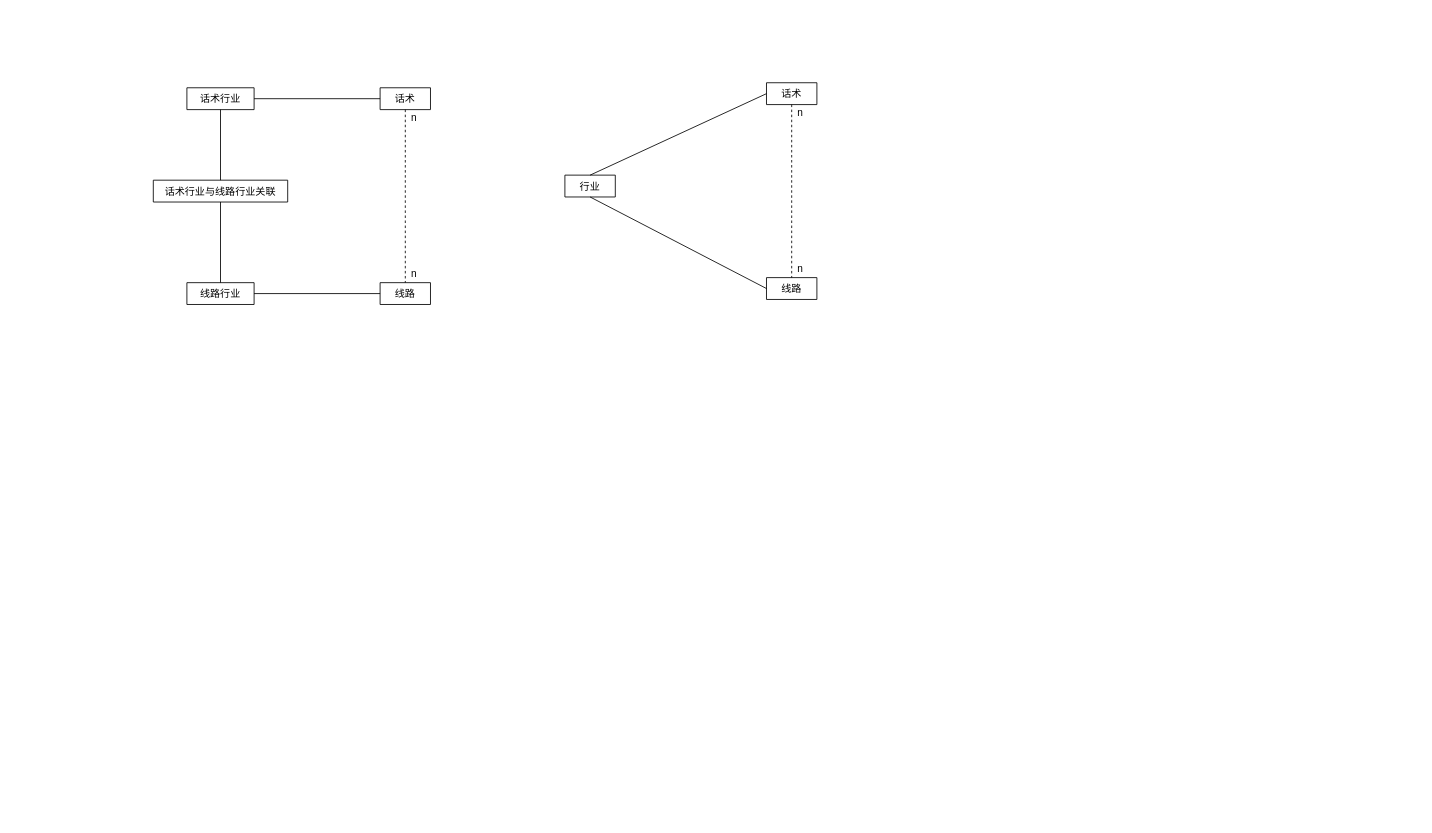
Above: 行业关系.drawio in aicaigroup/- (draw.io), before the change. Source tidied: cells renumbered, new cells numbered last; positions are measured from the earlier drawing's top-left corner, leaving out a move shared by most shapes. Both pictures are drawn from the tidied source at 84%, with x=0, y=0 at pixel (153, 82).
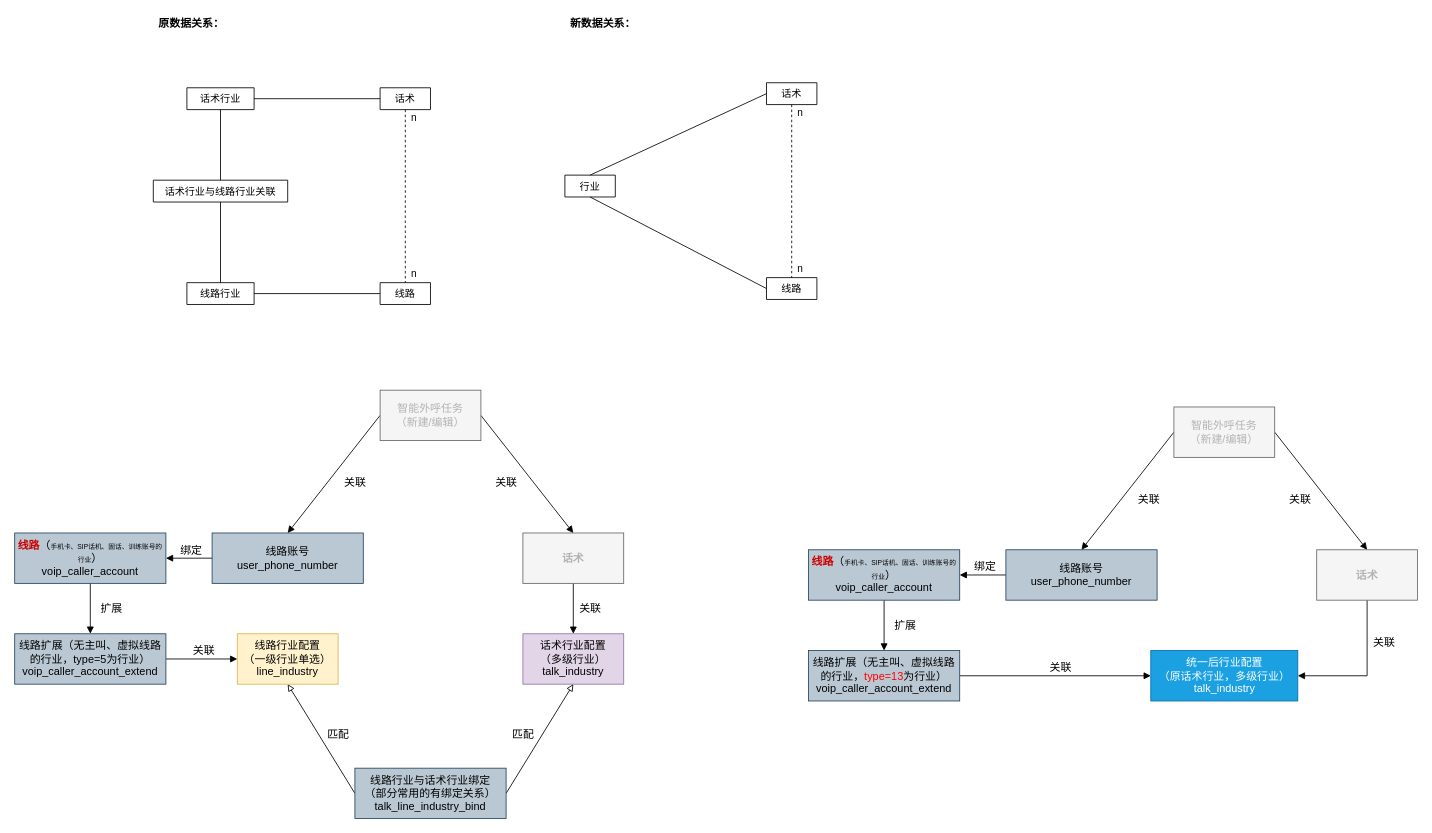
The same page after the edit.

Commit message:
更新行业关系.drawio

Diff of the diagram source:
```diff
@@
+    <mxCell id="22" value="原数据关系：" style="text;html=1;align=center;verticalAlign=middle;fontStyle=1;fontSize=13;" parent="1" vertex="1">
+      <mxGeometry y="-81" width="90" height="20" as="geometry" />
+    </mxCell>
+    <mxCell id="23" value="新数据关系：" style="text;html=1;align=center;verticalAlign=middle;fontStyle=1;fontSize=13;" parent="1" vertex="1">
+      <mxGeometry x="490" y="-81" width="90" height="20" as="geometry" />
+    </mxCell>
+    <mxCell id="24" value="话术行业配置&lt;br&gt;（多级行业）&lt;br&gt;talk_industry" style="rounded=0;whiteSpace=wrap;html=1;fontSize=13;fillColor=#e1d5e7;strokeColor=#9673a6;" parent="1" vertex="1">
+      <mxGeometry x="440" y="656" width="120" height="60" as="geometry" />
+    </mxCell>
+    <mxCell id="25" style="rounded=0;jettySize=auto;html=1;exitX=0.5;exitY=1;exitDx=0;exitDy=0;entryX=0;entryY=0.5;entryDx=0;entryDy=0;endArrow=none;endFill=0;fontSize=13;startArrow=block;startFill=0;" parent="1" edge="1" source="26" target="39">
+      <mxGeometry relative="1" as="geometry" />
+    </mxCell>
+    <mxCell id="26" value="线路行业配置&lt;br&gt;（一级行业单选）&lt;br&gt;line_industry" style="rounded=0;whiteSpace=wrap;html=1;fontSize=13;fillColor=#fff2cc;strokeColor=#d6b656;" parent="1" vertex="1">
+      <mxGeometry x="100" y="656" width="120" height="60" as="geometry" />
+    </mxCell>
+    <mxCell id="27" style="edgeStyle=orthogonalEdgeStyle;rounded=0;jettySize=auto;html=1;exitX=1;exitY=0.5;exitDx=0;exitDy=0;entryX=0;entryY=0.5;entryDx=0;entryDy=0;fontSize=13;endArrow=none;endFill=0;startArrow=block;startFill=1;" parent="1" edge="1" source="29" target="34">
+      <mxGeometry relative="1" as="geometry" />
+    </mxCell>
+    <mxCell id="28" style="edgeStyle=orthogonalEdgeStyle;rounded=0;jettySize=auto;html=1;exitX=0.5;exitY=1;exitDx=0;exitDy=0;entryX=0.5;entryY=0;entryDx=0;entryDy=0;endArrow=block;endFill=1;fontSize=13;" parent="1" edge="1" source="29" target="33">
+      <mxGeometry relative="1" as="geometry" />
+    </mxCell>
+    <mxCell id="29" value="&lt;font color=&quot;#cc0000&quot;&gt;&lt;b&gt;线路&lt;/b&gt;&lt;/font&gt;（&lt;font style=&quot;font-size: 8px&quot;&gt;手机卡、SIP话机、固话、训练账号的行业&lt;/font&gt;）&lt;br&gt;voip_caller_account" style="rounded=0;whiteSpace=wrap;html=1;fontSize=13;fillColor=#bac8d3;strokeColor=#23445d;" parent="1" vertex="1">
+      <mxGeometry x="-165" y="536" width="180" height="60" as="geometry" />
+    </mxCell>
+    <mxCell id="30" style="edgeStyle=orthogonalEdgeStyle;rounded=0;jettySize=auto;html=1;exitX=0.5;exitY=1;exitDx=0;exitDy=0;entryX=0.5;entryY=0;entryDx=0;entryDy=0;endArrow=block;endFill=1;fontSize=13;" parent="1" edge="1" source="31" target="24">
+      <mxGeometry relative="1" as="geometry" />
+    </mxCell>
+    <mxCell id="31" value="&lt;font&gt;&lt;b&gt;话术&lt;/b&gt;&lt;/font&gt;" style="rounded=0;whiteSpace=wrap;html=1;fontSize=13;strokeWidth=1;fillColor=#f5f5f5;strokeColor=#666666;fontColor=#B3B3B3;" parent="1" vertex="1">
+      <mxGeometry x="440" y="536" width="120" height="60" as="geometry" />
+    </mxCell>
+    <mxCell id="32" style="edgeStyle=orthogonalEdgeStyle;rounded=0;jettySize=auto;html=1;exitX=1;exitY=0.5;exitDx=0;exitDy=0;entryX=0;entryY=0.5;entryDx=0;entryDy=0;endArrow=block;endFill=1;fontSize=13;startArrow=none;startFill=0;" parent="1" edge="1" source="33" target="26">
+      <mxGeometry relative="1" as="geometry" />
+    </mxCell>
+    <mxCell id="33" value="线路扩展（无主叫、虚拟线路的行业，type=5为行业）&lt;br&gt;voip_caller_account_extend" style="rounded=0;whiteSpace=wrap;html=1;fontSize=13;fillColor=#bac8d3;strokeColor=#23445d;" parent="1" vertex="1">
+      <mxGeometry x="-165" y="656" width="180" height="60" as="geometry" />
+    </mxCell>
+    <mxCell id="34" value="线路账号&lt;br&gt;user_phone_number" style="rounded=0;whiteSpace=wrap;html=1;fontSize=13;fillColor=#bac8d3;strokeColor=#23445d;" parent="1" vertex="1">
+      <mxGeometry x="70" y="536" width="180" height="60" as="geometry" />
+    </mxCell>
+    <mxCell id="35" style="rounded=0;jettySize=auto;html=1;exitX=0;exitY=0.5;exitDx=0;exitDy=0;entryX=0.5;entryY=0;entryDx=0;entryDy=0;endArrow=block;endFill=1;fontSize=13;" parent="1" edge="1" source="37" target="34">
+      <mxGeometry relative="1" as="geometry" />
+    </mxCell>
+    <mxCell id="36" style="rounded=0;jettySize=auto;html=1;exitX=1;exitY=0.5;exitDx=0;exitDy=0;entryX=0.5;entryY=0;entryDx=0;entryDy=0;endArrow=block;endFill=1;fontSize=13;" parent="1" edge="1" source="37" target="31">
+      <mxGeometry relative="1" as="geometry" />
+    </mxCell>
+    <mxCell id="37" value="智能外呼任务&lt;br&gt;（新建/编辑）" style="rounded=0;whiteSpace=wrap;html=1;fontSize=13;strokeWidth=1;fillColor=#f5f5f5;strokeColor=#666666;fontColor=#B3B3B3;" parent="1" vertex="1">
+      <mxGeometry x="270" y="366" width="120" height="60" as="geometry" />
+    </mxCell>
+    <mxCell id="38" style="rounded=0;jettySize=auto;html=1;exitX=1;exitY=0.5;exitDx=0;exitDy=0;entryX=0.5;entryY=1;entryDx=0;entryDy=0;endArrow=block;endFill=0;fontSize=13;" parent="1" edge="1" source="39" target="24">
+      <mxGeometry relative="1" as="geometry" />
+    </mxCell>
+    <mxCell id="39" value="线路行业与话术行业绑定&lt;br&gt;（部分常用的有绑定关系）&lt;br&gt;talk_line_industry_bind" style="rounded=0;whiteSpace=wrap;html=1;fontSize=13;fillColor=#bac8d3;strokeColor=#23445d;" parent="1" vertex="1">
+      <mxGeometry x="240" y="816" width="180" height="60" as="geometry" />
+    </mxCell>
+    <mxCell id="40" value="绑定" style="text;html=1;align=center;verticalAlign=middle;fontSize=13;" parent="1" vertex="1">
+      <mxGeometry x="25" y="546" width="40" height="20" as="geometry" />
+    </mxCell>
+    <mxCell id="41" value="扩展" style="text;html=1;align=center;verticalAlign=middle;fontSize=13;" parent="1" vertex="1">
+      <mxGeometry x="-70" y="616" width="40" height="20" as="geometry" />
+    </mxCell>
+    <mxCell id="42" value="关联" style="text;html=1;align=center;verticalAlign=middle;fontSize=13;" parent="1" vertex="1">
+      <mxGeometry x="220" y="466" width="40" height="20" as="geometry" />
+    </mxCell>
+    <mxCell id="43" value="关联" style="text;html=1;align=center;verticalAlign=middle;fontSize=13;" parent="1" vertex="1">
+      <mxGeometry x="400" y="466" width="40" height="20" as="geometry" />
+    </mxCell>
+    <mxCell id="44" value="匹配" style="text;html=1;align=center;verticalAlign=middle;fontSize=13;" parent="1" vertex="1">
+      <mxGeometry x="200" y="766" width="40" height="20" as="geometry" />
+    </mxCell>
+    <mxCell id="45" value="匹配" style="text;html=1;align=center;verticalAlign=middle;fontSize=13;" parent="1" vertex="1">
+      <mxGeometry x="420" y="766" width="40" height="20" as="geometry" />
+    </mxCell>
+    <mxCell id="46" value="关联" style="text;html=1;align=center;verticalAlign=middle;fontSize=13;" parent="1" vertex="1">
+      <mxGeometry x="40" y="666" width="40" height="20" as="geometry" />
+    </mxCell>
+    <mxCell id="47" value="关联" style="text;html=1;align=center;verticalAlign=middle;fontSize=13;" parent="1" vertex="1">
+      <mxGeometry x="500" y="616" width="40" height="20" as="geometry" />
+    </mxCell>
+    <mxCell id="48" value="统一后行业配置&lt;br&gt;（原话术行业，多级行业）&lt;br&gt;talk_industry" style="rounded=0;whiteSpace=wrap;html=1;fontSize=13;fillColor=#1ba1e2;strokeColor=#006EAF;fontColor=#ffffff;" parent="1" vertex="1">
+      <mxGeometry x="1187.5" y="676" width="175" height="60" as="geometry" />
+    </mxCell>
+    <mxCell id="49" style="edgeStyle=orthogonalEdgeStyle;rounded=0;jettySize=auto;html=1;exitX=1;exitY=0.5;exitDx=0;exitDy=0;entryX=0;entryY=0.5;entryDx=0;entryDy=0;fontSize=13;endArrow=none;endFill=0;startArrow=block;startFill=1;" parent="1" edge="1" source="51" target="56">
+      <mxGeometry relative="1" as="geometry" />
+    </mxCell>
+    <mxCell id="50" style="edgeStyle=orthogonalEdgeStyle;rounded=0;jettySize=auto;html=1;exitX=0.5;exitY=1;exitDx=0;exitDy=0;entryX=0.5;entryY=0;entryDx=0;entryDy=0;endArrow=block;endFill=1;fontSize=13;" parent="1" edge="1" source="51" target="55">
+      <mxGeometry relative="1" as="geometry" />
+    </mxCell>
+    <mxCell id="51" value="&lt;font color=&quot;#cc0000&quot;&gt;&lt;b&gt;线路&lt;/b&gt;&lt;/font&gt;（&lt;font style=&quot;font-size: 8px&quot;&gt;手机卡、SIP话机、固话、训练账号的行业&lt;/font&gt;）&lt;br&gt;voip_caller_account" style="rounded=0;whiteSpace=wrap;html=1;fontSize=13;fillColor=#bac8d3;strokeColor=#23445d;" parent="1" vertex="1">
+      <mxGeometry x="780" y="556" width="180" height="60" as="geometry" />
+    </mxCell>
+    <mxCell id="52" style="edgeStyle=orthogonalEdgeStyle;rounded=0;jettySize=auto;html=1;exitX=0.5;exitY=1;exitDx=0;exitDy=0;entryX=1;entryY=0.5;entryDx=0;entryDy=0;endArrow=block;endFill=1;fontSize=13;" parent="1" edge="1" source="53" target="48">
+      <mxGeometry relative="1" as="geometry" />
+    </mxCell>
+    <mxCell id="53" value="&lt;font&gt;&lt;b&gt;话术&lt;/b&gt;&lt;/font&gt;" style="rounded=0;whiteSpace=wrap;html=1;fontSize=13;strokeWidth=1;fillColor=#f5f5f5;strokeColor=#666666;fontColor=#B3B3B3;" parent="1" vertex="1">
+      <mxGeometry x="1385" y="556" width="120" height="60" as="geometry" />
+    </mxCell>
+    <mxCell id="54" style="edgeStyle=orthogonalEdgeStyle;rounded=0;jettySize=auto;html=1;exitX=1;exitY=0.5;exitDx=0;exitDy=0;entryX=0;entryY=0.5;entryDx=0;entryDy=0;endArrow=block;endFill=1;fontSize=13;startArrow=none;startFill=0;" parent="1" edge="1" source="55" target="48">
+      <mxGeometry relative="1" as="geometry" />
+    </mxCell>
+    <mxCell id="55" value="线路扩展（无主叫、虚拟线路的行业，&lt;font color=&quot;#ff0000&quot;&gt;type=13&lt;/font&gt;为行业）&lt;br&gt;voip_caller_account_extend" style="rounded=0;whiteSpace=wrap;html=1;fontSize=13;fillColor=#bac8d3;strokeColor=#23445d;" parent="1" vertex="1">
+      <mxGeometry x="780" y="676" width="180" height="60" as="geometry" />
+    </mxCell>
+    <mxCell id="56" value="线路账号&lt;br&gt;user_phone_number" style="rounded=0;whiteSpace=wrap;html=1;fontSize=13;fillColor=#bac8d3;strokeColor=#23445d;" parent="1" vertex="1">
+      <mxGeometry x="1015" y="556" width="180" height="60" as="geometry" />
+    </mxCell>
+    <mxCell id="57" style="rounded=0;jettySize=auto;html=1;exitX=0;exitY=0.5;exitDx=0;exitDy=0;entryX=0.5;entryY=0;entryDx=0;entryDy=0;endArrow=block;endFill=1;fontSize=13;" parent="1" edge="1" source="59" target="56">
+      <mxGeometry relative="1" as="geometry" />
+    </mxCell>
+    <mxCell id="58" style="rounded=0;jettySize=auto;html=1;exitX=1;exitY=0.5;exitDx=0;exitDy=0;entryX=0.5;entryY=0;entryDx=0;entryDy=0;endArrow=block;endFill=1;fontSize=13;" parent="1" edge="1" source="59" target="53">
+      <mxGeometry relative="1" as="geometry" />
+    </mxCell>
+    <mxCell id="59" value="智能外呼任务&lt;br&gt;（新建/编辑）" style="rounded=0;whiteSpace=wrap;html=1;fontSize=13;strokeWidth=1;fillColor=#f5f5f5;strokeColor=#666666;fontColor=#B3B3B3;" parent="1" vertex="1">
+      <mxGeometry x="1215" y="386" width="120" height="60" as="geometry" />
+    </mxCell>
+    <mxCell id="60" value="绑定" style="text;html=1;align=center;verticalAlign=middle;fontSize=13;" parent="1" vertex="1">
+      <mxGeometry x="970" y="566" width="40" height="20" as="geometry" />
+    </mxCell>
+    <mxCell id="61" value="扩展" style="text;html=1;align=center;verticalAlign=middle;fontSize=13;" parent="1" vertex="1">
+      <mxGeometry x="875" y="636" width="40" height="20" as="geometry" />
+    </mxCell>
+    <mxCell id="62" value="关联" style="text;html=1;align=center;verticalAlign=middle;fontSize=13;" parent="1" vertex="1">
+      <mxGeometry x="1165" y="486" width="40" height="20" as="geometry" />
+    </mxCell>
+    <mxCell id="63" value="关联" style="text;html=1;align=center;verticalAlign=middle;fontSize=13;" parent="1" vertex="1">
+      <mxGeometry x="1345" y="486" width="40" height="20" as="geometry" />
+    </mxCell>
+    <mxCell id="64" value="关联" style="text;html=1;align=center;verticalAlign=middle;fontSize=13;" parent="1" vertex="1">
+      <mxGeometry x="1060" y="686" width="40" height="20" as="geometry" />
+    </mxCell>
+    <mxCell id="65" value="关联" style="text;html=1;align=center;verticalAlign=middle;fontSize=13;" parent="1" vertex="1">
+      <mxGeometry x="1445" y="656" width="40" height="20" as="geometry" />
+    </mxCell>
```
